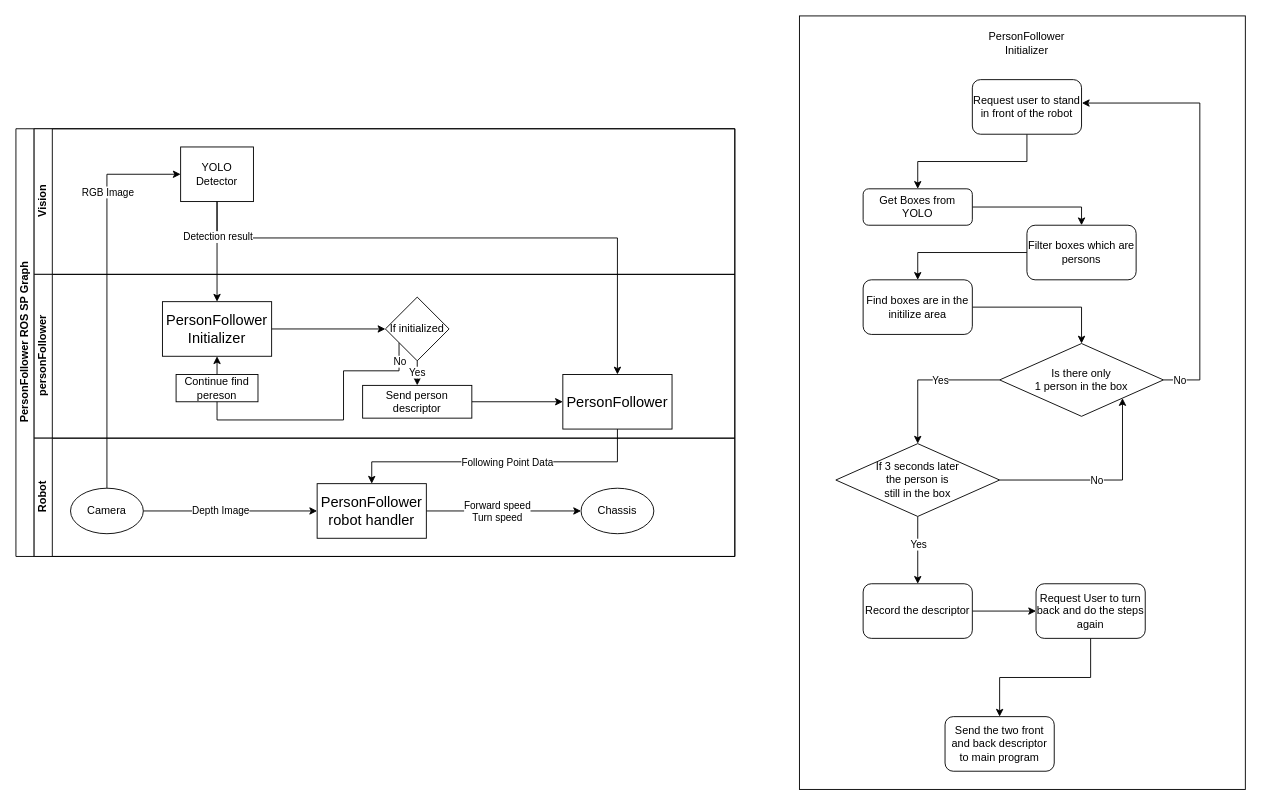
Before: person_follower/diagrams/personFollower.drawio in FablabHome/The_Essense_of_the_Grey_Region, a draw.io diagram. Source tidied: cells renumbered, new cells numbered last; positions are measured from the earlier drawing's top-left corner, leaving out a move shared by most shapes. Both pictures are drawn from the tidied source at 91%, with x=0, y=0 at pixel (15, 15).
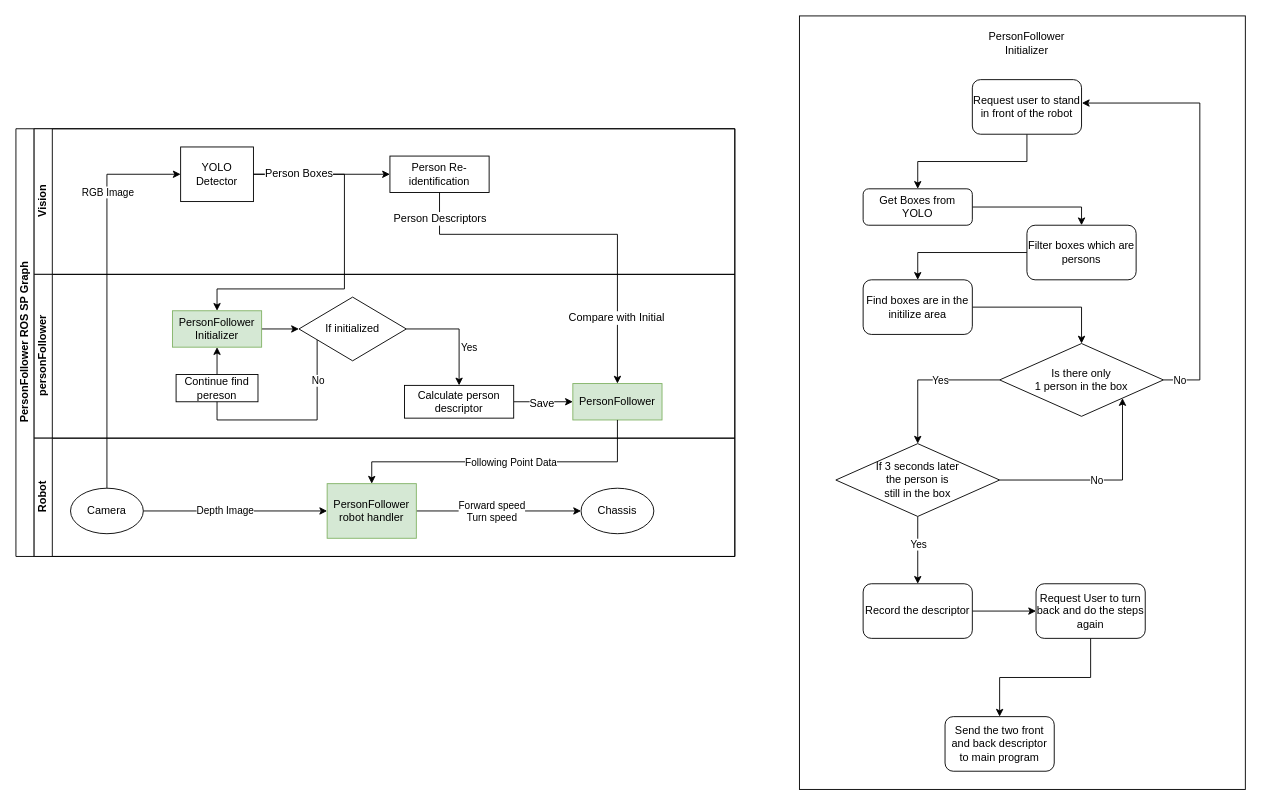
The same page after the edit.

Unchanged cells that the change refers to:
```xml
<mxCell id="3" value="PersonFollower ROS SP Graph" style="swimlane;html=1;horizontal=0;startSize=20;" parent="1" vertex="1">
  <mxGeometry y="124" width="790" height="470" as="geometry" />
</mxCell>
<mxCell id="5" value="Vision" style="swimlane;html=1;startSize=20;horizontal=0;" parent="3" vertex="1">
  <mxGeometry x="20" width="770" height="160" as="geometry" />
</mxCell>
<mxCell id="6" value="YOLO Detector" style="rounded=0;whiteSpace=wrap;html=1;fontFamily=Helvetica;fontSize=12;fontColor=#000000;align=center;" parent="5" vertex="1">
  <mxGeometry x="161" y="20" width="80" height="60" as="geometry" />
</mxCell>
<mxCell id="15" value="personFollower" style="swimlane;html=1;startSize=20;horizontal=0;" parent="3" vertex="1">
  <mxGeometry x="20" y="160" width="770" height="180" as="geometry" />
</mxCell>
<mxCell id="26" style="edgeStyle=orthogonalEdgeStyle;rounded=0;jettySize=auto;html=1;entryX=0;entryY=0.5;entryDx=0;entryDy=0;fontColor=#000000;" parent="15" edge="1" source="27" target="19">
  <mxGeometry relative="1" as="geometry" />
</mxCell>
<mxCell id="28" value="Robot" style="swimlane;html=1;startSize=20;horizontal=0;" parent="3" vertex="1">
  <mxGeometry x="20" y="340" width="770" height="130" as="geometry" />
</mxCell>
<mxCell id="31" value="Camera" style="ellipse;whiteSpace=wrap;html=1;" parent="28" vertex="1">
  <mxGeometry x="40" y="55" width="80" height="50" as="geometry" />
</mxCell>
```

What changed in the source:
```diff
@@
+    <mxCell id="60" style="edgeStyle=orthogonalEdgeStyle;rounded=0;jettySize=auto;html=1;entryX=0;entryY=0.5;entryDx=0;entryDy=0;fontSize=12;" parent="5" edge="1" source="6" target="61">
+      <mxGeometry relative="1" as="geometry">
+        <Array as="points">
+          <mxPoint x="301" y="50" />
+          <mxPoint x="301" y="50" />
+        </Array>
+      </mxGeometry>
+    </mxCell>
@@
-    <mxCell id="8" style="edgeStyle=orthogonalEdgeStyle;rounded=0;jettySize=auto;html=1;entryX=0;entryY=0.5;entryDx=0;entryDy=0;exitX=0.5;exitY=0;exitDx=0;exitDy=0;" parent="3" edge="1" source="31" target="6">
-      <mxGeometry relative="1" as="geometry">
-        <Array as="points">
-          <mxPoint x="100" y="50" />
-        </Array>
-      </mxGeometry>
-    </mxCell>
-    <mxCell id="9" value="RGB Image" style="edgeLabel;html=1;align=center;verticalAlign=middle;" parent="8" vertex="1">
-      <mxGeometry x="0.53" relative="1" as="geometry" />
-    </mxCell>
-    <mxCell id="10" style="edgeStyle=orthogonalEdgeStyle;rounded=0;jettySize=auto;html=1;entryX=0.5;entryY=0;entryDx=0;entryDy=0;" parent="3" edge="1" source="6" target="18">
-      <mxGeometry relative="1" as="geometry" />
-    </mxCell>
-    <mxCell id="11" style="edgeStyle=orthogonalEdgeStyle;rounded=0;jettySize=auto;html=1;entryX=0.5;entryY=0;entryDx=0;entryDy=0;" parent="3" edge="1" source="6" target="19">
-      <mxGeometry relative="1" as="geometry">
-        <Array as="points">
-          <mxPoint x="221" y="120" />
-          <mxPoint x="661" y="120" />
-        </Array>
-      </mxGeometry>
-    </mxCell>
-    <mxCell id="12" value="Detection result" style="edgeLabel;html=1;align=center;verticalAlign=middle;" parent="11" vertex="1">
-      <mxGeometry x="-0.88" relative="1" as="geometry" />
-    </mxCell>
-    <mxCell id="13" style="edgeStyle=orthogonalEdgeStyle;rounded=0;jettySize=auto;html=1;entryX=0.5;entryY=0;entryDx=0;entryDy=0;" parent="3" edge="1" source="19" target="35">
-      <mxGeometry relative="1" as="geometry">
-        <Array as="points">
-          <mxPoint x="501" y="366" />
-          <mxPoint x="301" y="366" />
-        </Array>
-      </mxGeometry>
-    </mxCell>
-    <mxCell id="14" value="Following Point Data" style="edgeLabel;html=1;align=center;verticalAlign=middle;" parent="13" vertex="1">
-      <mxGeometry x="0.14" relative="1" as="geometry">
-        <mxPoint x="30" as="offset" />
-      </mxGeometry>
-    </mxCell>
+    <mxCell id="61" value="Person Re-identification" style="rounded=0;whiteSpace=wrap;html=1;fontFamily=Helvetica;fontSize=12;fontColor=#000000;align=center;" parent="5" vertex="1">
+      <mxGeometry x="391" y="30" width="109" height="40" as="geometry" />
+    </mxCell>
@@
-    <mxCell id="18" value="&lt;font style=&quot;font-size: 16px&quot;&gt;PersonFollower Initializer&lt;/font&gt;" style="rounded=0;whiteSpace=wrap;html=1;" parent="15" vertex="1">
-      <mxGeometry x="141" y="30" width="120" height="60" as="geometry" />
+    <mxCell id="18" value="&lt;font style=&quot;font-size: 12px;&quot;&gt;PersonFollower Initializer&lt;/font&gt;" style="rounded=0;whiteSpace=wrap;html=1;fillColor=#d5e8d4;strokeColor=#82b366;" parent="15" vertex="1">
+      <mxGeometry x="152" y="40" width="98" height="40" as="geometry" />
     </mxCell>
-    <mxCell id="19" value="&lt;font style=&quot;font-size: 16px&quot;&gt;PersonFollower&lt;/font&gt;" style="rounded=0;whiteSpace=wrap;html=1;" parent="15" vertex="1">
-      <mxGeometry x="581" y="110" width="120" height="60" as="geometry" />
+    <mxCell id="19" value="&lt;font style=&quot;font-size: 12px;&quot;&gt;PersonFollower&lt;/font&gt;" style="rounded=0;whiteSpace=wrap;html=1;fillColor=#d5e8d4;strokeColor=#82b366;" parent="15" vertex="1">
+      <mxGeometry x="592" y="120" width="98" height="40" as="geometry" />
     </mxCell>
     <mxCell id="20" style="edgeStyle=orthogonalEdgeStyle;rounded=0;jettySize=auto;html=1;entryX=0.5;entryY=0;entryDx=0;entryDy=0;" parent="15" edge="1" source="24" target="27">
-      <mxGeometry relative="1" as="geometry" />
+      <mxGeometry relative="1" as="geometry">
+        <Array as="points">
+          <mxPoint x="467" y="60" />
+        </Array>
+      </mxGeometry>
     </mxCell>
     <mxCell id="21" value="Yes" style="edgeLabel;html=1;align=center;verticalAlign=middle;fontColor=#000000;" parent="20" vertex="1">
       <mxGeometry x="-0.56" relative="1" as="geometry">
-        <mxPoint x="-1" as="offset" />
+        <mxPoint x="42" y="20" as="offset" />
       </mxGeometry>
     </mxCell>
     <mxCell id="22" style="edgeStyle=orthogonalEdgeStyle;rounded=0;jettySize=auto;html=1;entryX=0.5;entryY=1;entryDx=0;entryDy=0;" parent="15" edge="1" source="24" target="18">
       <mxGeometry relative="1" as="geometry">
         <Array as="points">
-          <mxPoint x="401" y="106" />
-          <mxPoint x="340" y="106" />
-          <mxPoint x="340" y="160" />
+          <mxPoint x="311" y="160" />
           <mxPoint x="201" y="160" />
         </Array>
       </mxGeometry>
     </mxCell>
     <mxCell id="23" value="No" style="edgeLabel;html=1;align=center;verticalAlign=middle;" parent="22" vertex="1">
       <mxGeometry x="0.46" relative="1" as="geometry">
-        <mxPoint x="174" y="-65" as="offset" />
+        <mxPoint x="110" y="-39" as="offset" />
       </mxGeometry>
     </mxCell>
     <mxCell id="24" value="If initialized" style="rhombus;whiteSpace=wrap;html=1;" parent="15" vertex="1">
-      <mxGeometry x="386" y="25" width="70" height="70" as="geometry" />
+      <mxGeometry x="291" y="25" width="118" height="70" as="geometry" />
     </mxCell>
@@
+    <mxCell id="62" value="Save" style="edgeLabel;html=1;align=center;verticalAlign=middle;fontSize=12;" parent="26" vertex="1">
+      <mxGeometry x="0.18" y="-1" relative="1" as="geometry">
+        <mxPoint x="-8" as="offset" />
+      </mxGeometry>
+    </mxCell>
-    <mxCell id="27" value="Send person descriptor" style="rounded=0;whiteSpace=wrap;html=1;" parent="15" vertex="1">
-      <mxGeometry x="361" y="122" width="120" height="36" as="geometry" />
+    <mxCell id="27" value="Calculate person descriptor" style="rounded=0;whiteSpace=wrap;html=1;" parent="15" vertex="1">
+      <mxGeometry x="407" y="122" width="120" height="36" as="geometry" />
     </mxCell>
+    <mxCell id="8" style="edgeStyle=orthogonalEdgeStyle;rounded=0;jettySize=auto;html=1;entryX=0;entryY=0.5;entryDx=0;entryDy=0;exitX=0.5;exitY=0;exitDx=0;exitDy=0;" parent="3" edge="1" source="31" target="6">
+      <mxGeometry relative="1" as="geometry">
+        <Array as="points">
+          <mxPoint x="100" y="50" />
+        </Array>
+      </mxGeometry>
+    </mxCell>
+    <mxCell id="9" value="RGB Image" style="edgeLabel;html=1;align=center;verticalAlign=middle;" parent="8" vertex="1">
+      <mxGeometry x="0.53" relative="1" as="geometry" />
+    </mxCell>
+    <mxCell id="13" style="edgeStyle=orthogonalEdgeStyle;rounded=0;jettySize=auto;html=1;entryX=0.5;entryY=0;entryDx=0;entryDy=0;" parent="3" edge="1" source="19" target="35">
+      <mxGeometry relative="1" as="geometry">
+        <Array as="points">
+          <mxPoint x="501" y="366" />
+          <mxPoint x="301" y="366" />
+        </Array>
+      </mxGeometry>
+    </mxCell>
+    <mxCell id="14" value="Following Point Data" style="edgeLabel;html=1;align=center;verticalAlign=middle;" parent="13" vertex="1">
+      <mxGeometry x="0.14" relative="1" as="geometry">
+        <mxPoint x="30" as="offset" />
+      </mxGeometry>
+    </mxCell>
@@
-    <mxCell id="35" value="&lt;font style=&quot;font-size: 16px&quot;&gt;PersonFollower robot handler&lt;/font&gt;" style="rounded=0;whiteSpace=wrap;html=1;" parent="28" vertex="1">
-      <mxGeometry x="311" y="50" width="120" height="60" as="geometry" />
+    <mxCell id="35" value="&lt;font style=&quot;font-size: 12px;&quot;&gt;PersonFollower robot handler&lt;/font&gt;" style="rounded=0;whiteSpace=wrap;html=1;fillColor=#d5e8d4;strokeColor=#82b366;" parent="28" vertex="1">
+      <mxGeometry x="322" y="50" width="98" height="60" as="geometry" />
     </mxCell>
+    <mxCell id="63" style="edgeStyle=orthogonalEdgeStyle;rounded=0;jettySize=auto;html=1;fontSize=12;" parent="3" edge="1" source="61" target="19">
+      <mxGeometry relative="1" as="geometry">
+        <Array as="points">
+          <mxPoint x="466" y="116" />
+          <mxPoint x="661" y="116" />
+        </Array>
+      </mxGeometry>
+    </mxCell>
+    <mxCell id="64" value="Person Descriptors" style="edgeLabel;html=1;align=center;verticalAlign=middle;fontSize=12;" parent="63" vertex="1">
+      <mxGeometry x="-0.86" relative="1" as="geometry" />
+    </mxCell>
+    <mxCell id="65" value="Compare with Initial" style="edgeLabel;html=1;align=center;verticalAlign=middle;fontSize=12;" parent="63" vertex="1">
+      <mxGeometry x="0.64" y="-2" relative="1" as="geometry" />
+    </mxCell>
+    <mxCell id="10" style="edgeStyle=orthogonalEdgeStyle;rounded=0;jettySize=auto;html=1;entryX=0.5;entryY=0;entryDx=0;entryDy=0;fontSize=12;" parent="3" edge="1" source="6" target="18">
+      <mxGeometry relative="1" as="geometry">
+        <Array as="points">
+          <mxPoint x="361" y="50" />
+          <mxPoint x="361" y="176" />
+          <mxPoint x="221" y="176" />
+        </Array>
+      </mxGeometry>
+    </mxCell>
+    <mxCell id="66" value="Person Boxes" style="edgeLabel;html=1;align=center;verticalAlign=middle;fontSize=12;" parent="10" vertex="1">
+      <mxGeometry x="-0.87" relative="1" as="geometry">
+        <mxPoint x="24" y="-1" as="offset" />
+      </mxGeometry>
+    </mxCell>
```
